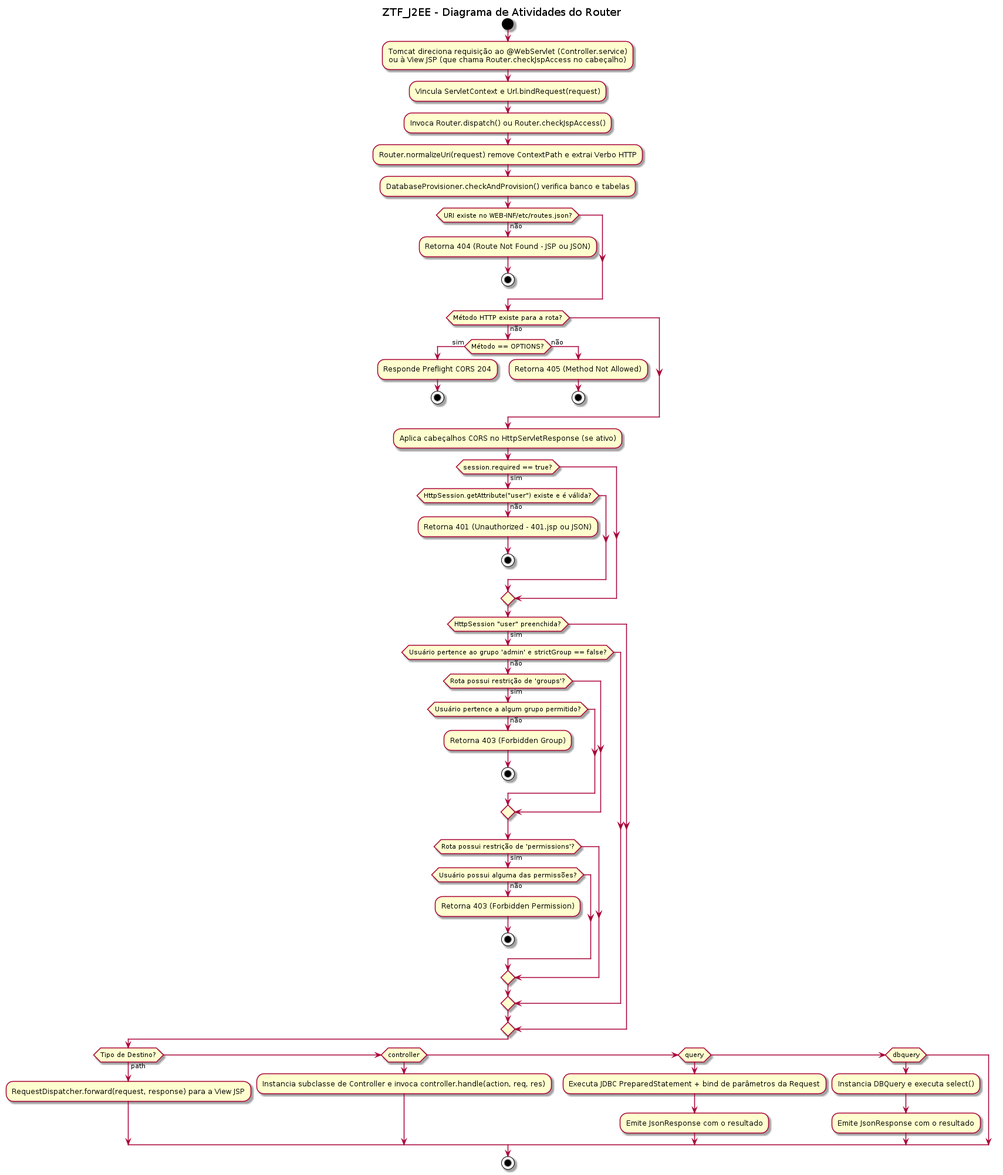
Above: src/main/webapp/assets/images/diagrams/Router.png in roobertoAlves/hospital-case-backend (PlantUML), before the change. Its source is kept beside it as src/main/webapp/WEB-INF/documentation/Router.puml. The source it was exported from:
```plantuml
@startuml Router
title ZTF_J2EE - Diagrama de Atividades do Router

start

:Tomcat direciona requisição ao @WebServlet (Controller.service)\nou à View JSP (que chama Router.checkJspAccess no cabeçalho);
:Vincula ServletContext e Url.bindRequest(request);
:Invoca Router.dispatch() ou Router.checkJspAccess();
:Router.normalizeUri(request) remove ContextPath e extrai Verbo HTTP;

:DatabaseProvisioner.checkAndProvision() verifica banco e tabelas;

if (URI existe no WEB-INF/etc/routes.json?) then (não)
  :Retorna 404 (Route Not Found - JSP ou JSON);
  stop
endif

if (Método HTTP existe para a rota?) then (não)
  if (Método == OPTIONS?) then (sim)
    :Responde Preflight CORS 204;
    stop
  else (não)
    :Retorna 405 (Method Not Allowed);
    stop
  endif
endif

:Aplica cabeçalhos CORS no HttpServletResponse (se ativo);

if (session.required == true?) then (sim)
  if (HttpSession.getAttribute("user") existe e é válida?) then (não)
    :Retorna 401 (Unauthorized - 401.jsp ou JSON);
    stop
  endif
endif

if (HttpSession "user" preenchida?) then (sim)
  if (Usuário pertence ao grupo 'admin' e strictGroup == false?) then (não)
    if (Rota possui restrição de 'groups'?) then (sim)
      if (Usuário pertence a algum grupo permitido?) then (não)
        :Retorna 403 (Forbidden Group);
        stop
      endif
    endif
    if (Rota possui restrição de 'permissions'?) then (sim)
      if (Usuário possui alguma das permissões?) then (não)
        :Retorna 403 (Forbidden Permission);
        stop
      endif
    endif
  endif
endif

if (Tipo de Destino?) then (path)
  :RequestDispatcher.forward(request, response) para a View JSP;
elseif (controller) then
  :Instancia subclasse de Controller e invoca controller.handle(action, req, res);
elseif (query) then
  :Executa JDBC PreparedStatement + bind de parâmetros da Request;
  :Emite JsonResponse com o resultado;
elseif (dbquery) then
  :Instancia DBQuery e executa select();
  :Emite JsonResponse com o resultado;
endif

stop

@enduml
```
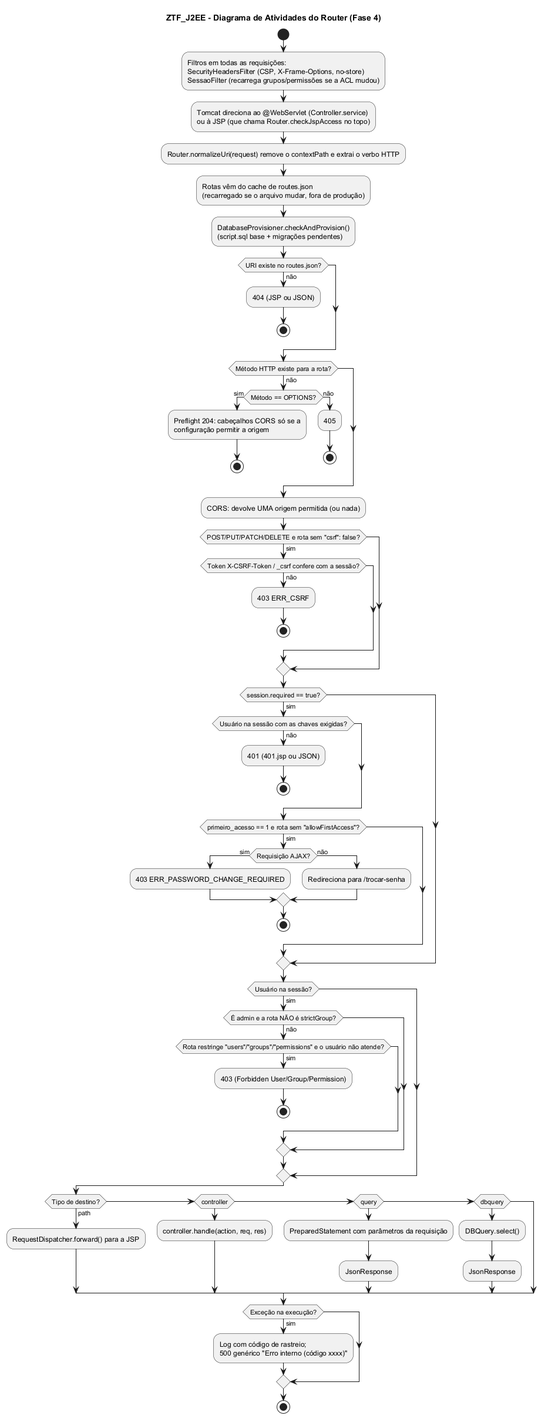
Later version of the same file.

Diff of the diagram source:
```diff
@@ -1,68 +1,78 @@
 @startuml Router
-title ZTF_J2EE - Diagrama de Atividades do Router
+title ZTF_J2EE - Diagrama de Atividades do Router (Fase 4)
 
 start
 
-:Tomcat direciona requisição ao @WebServlet (Controller.service)\nou à View JSP (que chama Router.checkJspAccess no cabeçalho);
-:Vincula ServletContext e Url.bindRequest(request);
-:Invoca Router.dispatch() ou Router.checkJspAccess();
-:Router.normalizeUri(request) remove ContextPath e extrai Verbo HTTP;
+:Filtros em todas as requisições:\nSecurityHeadersFilter (CSP, X-Frame-Options, no-store)\nSessaoFilter (recarrega grupos/permissões se a ACL mudou);
+:Tomcat direciona ao @WebServlet (Controller.service)\nou à JSP (que chama Router.checkJspAccess no topo);
+:Router.normalizeUri(request) remove o contextPath e extrai o verbo HTTP;
+:Rotas vêm do cache de routes.json\n(recarregado se o arquivo mudar, fora de produção);
 
-:DatabaseProvisioner.checkAndProvision() verifica banco e tabelas;
+:DatabaseProvisioner.checkAndProvision()\n(script.sql base + migrações pendentes);
 
-if (URI existe no WEB-INF/etc/routes.json?) then (não)
-  :Retorna 404 (Route Not Found - JSP ou JSON);
+if (URI existe no routes.json?) then (não)
+  :404 (JSP ou JSON);
   stop
 endif
 
 if (Método HTTP existe para a rota?) then (não)
   if (Método == OPTIONS?) then (sim)
-    :Responde Preflight CORS 204;
+    :Preflight 204: cabeçalhos CORS só se a\nconfiguração permitir a origem;
     stop
   else (não)
-    :Retorna 405 (Method Not Allowed);
+    :405;
     stop
   endif
 endif
 
-:Aplica cabeçalhos CORS no HttpServletResponse (se ativo);
+:CORS: devolve UMA origem permitida (ou nada);
 
-if (session.required == true?) then (sim)
-  if (HttpSession.getAttribute("user") existe e é válida?) then (não)
-    :Retorna 401 (Unauthorized - 401.jsp ou JSON);
+if (POST/PUT/PATCH/DELETE e rota sem "csrf": false?) then (sim)
+  if (Token X-CSRF-Token / _csrf confere com a sessão?) then (não)
+    :403 ERR_CSRF;
     stop
   endif
 endif
 
-if (HttpSession "user" preenchida?) then (sim)
-  if (Usuário pertence ao grupo 'admin' e strictGroup == false?) then (não)
-    if (Rota possui restrição de 'groups'?) then (sim)
-      if (Usuário pertence a algum grupo permitido?) then (não)
-        :Retorna 403 (Forbidden Group);
-        stop
-      endif
+if (session.required == true?) then (sim)
+  if (Usuário na sessão com as chaves exigidas?) then (não)
+    :401 (401.jsp ou JSON);
+    stop
+  endif
+  if (primeiro_acesso == 1 e rota sem "allowFirstAccess"?) then (sim)
+    if (Requisição AJAX?) then (sim)
+      :403 ERR_PASSWORD_CHANGE_REQUIRED;
+    else (não)
+      :Redireciona para /trocar-senha;
     endif
-    if (Rota possui restrição de 'permissions'?) then (sim)
-      if (Usuário possui alguma das permissões?) then (não)
-        :Retorna 403 (Forbidden Permission);
-        stop
-      endif
+    stop
+  endif
+endif
+
+if (Usuário na sessão?) then (sim)
+  if (É admin e a rota NÃO é strictGroup?) then (não)
+    if (Rota restringe "users"/"groups"/"permissions" e o usuário não atende?) then (sim)
+      :403 (Forbidden User/Group/Permission);
+      stop
     endif
   endif
 endif
 
-if (Tipo de Destino?) then (path)
-  :RequestDispatcher.forward(request, response) para a View JSP;
+if (Tipo de destino?) then (path)
+  :RequestDispatcher.forward() para a JSP;
 elseif (controller) then
-  :Instancia subclasse de Controller e invoca controller.handle(action, req, res);
+  :controller.handle(action, req, res);
 elseif (query) then
-  :Executa JDBC PreparedStatement + bind de parâmetros da Request;
-  :Emite JsonResponse com o resultado;
+  :PreparedStatement com parâmetros da requisição;
+  :JsonResponse;
 elseif (dbquery) then
-  :Instancia DBQuery e executa select();
-  :Emite JsonResponse com o resultado;
+  :DBQuery.select();
+  :JsonResponse;
 endif
 
+if (Exceção na execução?) then (sim)
+  :Log com código de rastreio;\n500 genérico "Erro interno (código xxxx)";
+endif
 stop
 
 @enduml
```
